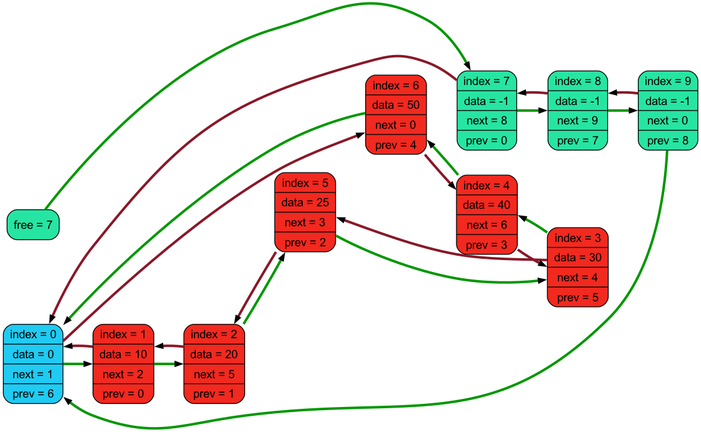
livlavr/Linked-list keeps this Graphviz diagram as dump.png. Above is the earlier version. Its source is kept beside it as dump.dot.
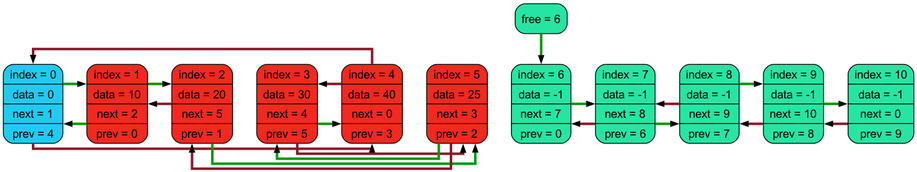
The same file after the commit.

Change to the diagram source:
```diff
@@ -1,43 +1,47 @@
 digraph llist{
-rankdir=LR;
+splines=ortho;
 nodesep=0.4;
 node [shape=record, fontname="Arial"];
 edge [style=bold, color="#009700:black;0.001", weight=0, penwidth=3, arrowsize=0.5];
-0 [style = "filled, rounded", fillcolor="#1fcbf2", label=" index = 0 | data = 0 | next = 1 | prev = 6" ];
-1 [style = "filled, rounded", fillcolor="#f2291f", label=" index = 1 | data = 10 | next = 2 | prev = 0" ];
-2 [style = "filled, rounded", fillcolor="#f2291f", label=" index = 2 | data = 20 | next = 5 | prev = 1" ];
-3 [style = "filled, rounded", fillcolor="#f2291f", label=" index = 3 | data = 30 | next = 4 | prev = 5" ];
-4 [style = "filled, rounded", fillcolor="#f2291f", label=" index = 4 | data = 40 | next = 6 | prev = 3" ];
-5 [style = "filled, rounded", fillcolor="#f2291f", label=" index = 5 | data = 25 | next = 3 | prev = 2" ];
-6 [style = "filled, rounded", fillcolor="#f2291f", label=" index = 6 | data = 50 | next = 0 | prev = 4" ];
-7 [style = "filled, rounded", fillcolor="#f2291f", label=" index = 7 | data = -1 | next = 8 | prev = 0" ];
-8 [style = "filled, rounded", fillcolor="#f2291f", label=" index = 8 | data = -1 | next = 9 | prev = 7" ];
-9 [style = "filled, rounded", fillcolor="#f2291f", label=" index = 9 | data = -1 | next = 0 | prev = 8" ];
-free [style = "filled, rounded", fillcolor="#26e5a2", label="free = 7" ];
+0 [style = "filled, rounded", fillcolor="#1fcbf2", label=" {index = 0 | data = 0 | next = 1 | prev = 4}" ];
+1 [style = "filled, rounded", fillcolor="#f2291f", label=" {index = 1 | data = 10 | next = 2 | prev = 0}" ];
+2 [style = "filled, rounded", fillcolor="#f2291f", label=" {index = 2 | data = 20 | next = 5 | prev = 1}" ];
+3 [style = "filled, rounded", fillcolor="#f2291f", label=" {index = 3 | data = 30 | next = 4 | prev = 5}" ];
+4 [style = "filled, rounded", fillcolor="#f2291f", label=" {index = 4 | data = 40 | next = 0 | prev = 3}" ];
+5 [style = "filled, rounded", fillcolor="#f2291f", label=" {index = 5 | data = 25 | next = 3 | prev = 2}" ];
+6 [style = "filled, rounded", fillcolor="#f2291f", label=" {index = 6 | data = -1 | next = 7 | prev = 0}" ];
+7 [style = "filled, rounded", fillcolor="#f2291f", label=" {index = 7 | data = -1 | next = 8 | prev = 6}" ];
+8 [style = "filled, rounded", fillcolor="#f2291f", label=" {index = 8 | data = -1 | next = 9 | prev = 7}" ];
+9 [style = "filled, rounded", fillcolor="#f2291f", label=" {index = 9 | data = -1 | next = 10 | prev = 8}" ];
+10 [style = "filled, rounded", fillcolor="#f2291f", label=" {index = 10 | data = -1 | next = 0 | prev = 9}" ];
+free [style = "filled, rounded", fillcolor="#26e5a2", label="free = 6" ];
+6 [style = "filled, rounded", fillcolor="#26e5a2"];
 7 [style = "filled, rounded", fillcolor="#26e5a2"];
 8 [style = "filled, rounded", fillcolor="#26e5a2"];
 9 [style = "filled, rounded", fillcolor="#26e5a2"];
-0->1->2->3->4->5->6->7->8->9 [style=bold, weight=10, style=invis];
-free->7;
-0->1;
+10 [style = "filled, rounded", fillcolor="#26e5a2"];
+{ rank = same; 0; 1; 2; 3; 4; 5; 6; 7; 8; 9; 10;}
+0->1->2->3->4->5->6->7->8->9->10 [style=bold, weight=10, style=invis];
+free->6;
 1->2;
 2->5;
 3->4;
-4->6;
 5->3;
-6->0;
+6->7;
 7->8;
 8->9;
-9->0;
+9->10;
+0->1;
+1->0;
 edge [style=bold, color="#891728:black;0.001", weight=0, penwidth=3, arrowsize=0.5];
-0->6;
-1->0;
 2->1;
 3->5;
 4->3;
 5->2;
-6->4;
-7->0;
+7->6;
 8->7;
 9->8;
+10->9;
+0->4;
+4->0;
 }
```
